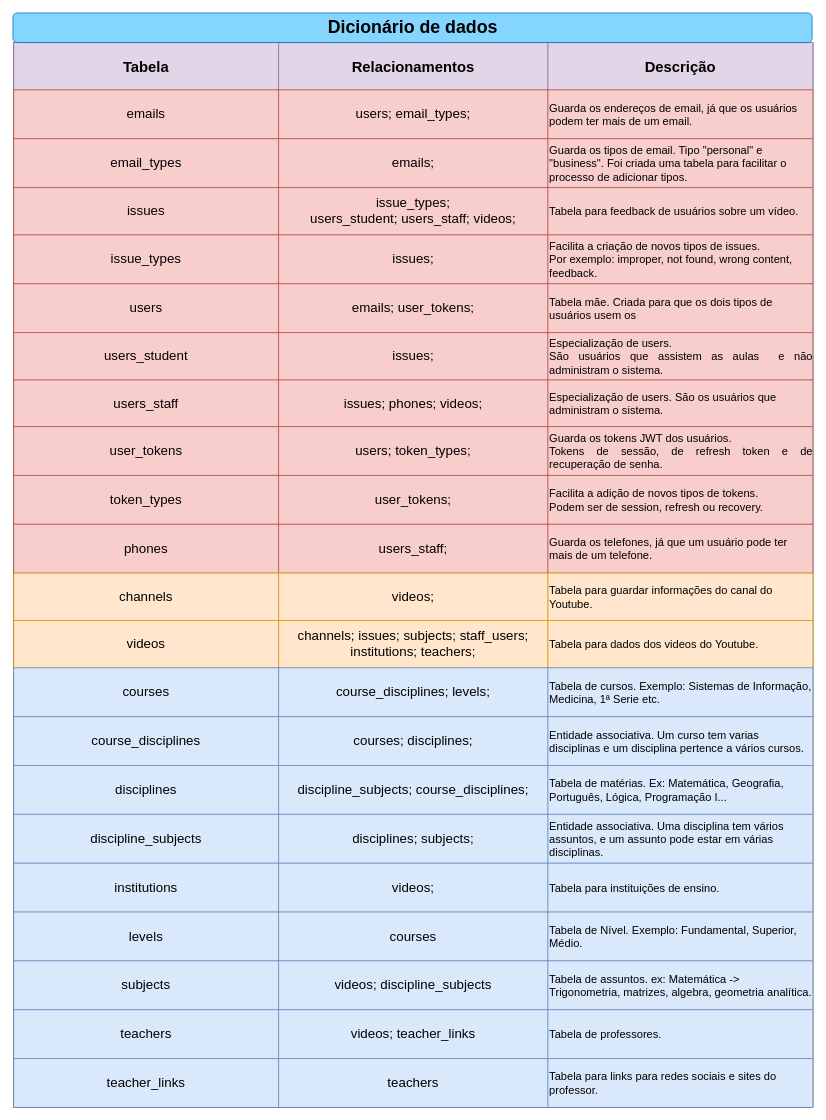
This is page "Dicionário de dados" (3 of 6) of db_model.drawio from SevenSeas-Tech/demen-backend, a draw.io file, before an edit. Source tidied: cells renumbered, new cells numbered last; positions are measured from the earlier drawing's top-left corner, leaving out a move shared by most shapes. Both pictures are drawn from the tidied source at 74%, with x=0, y=0 at pixel (13, 13).
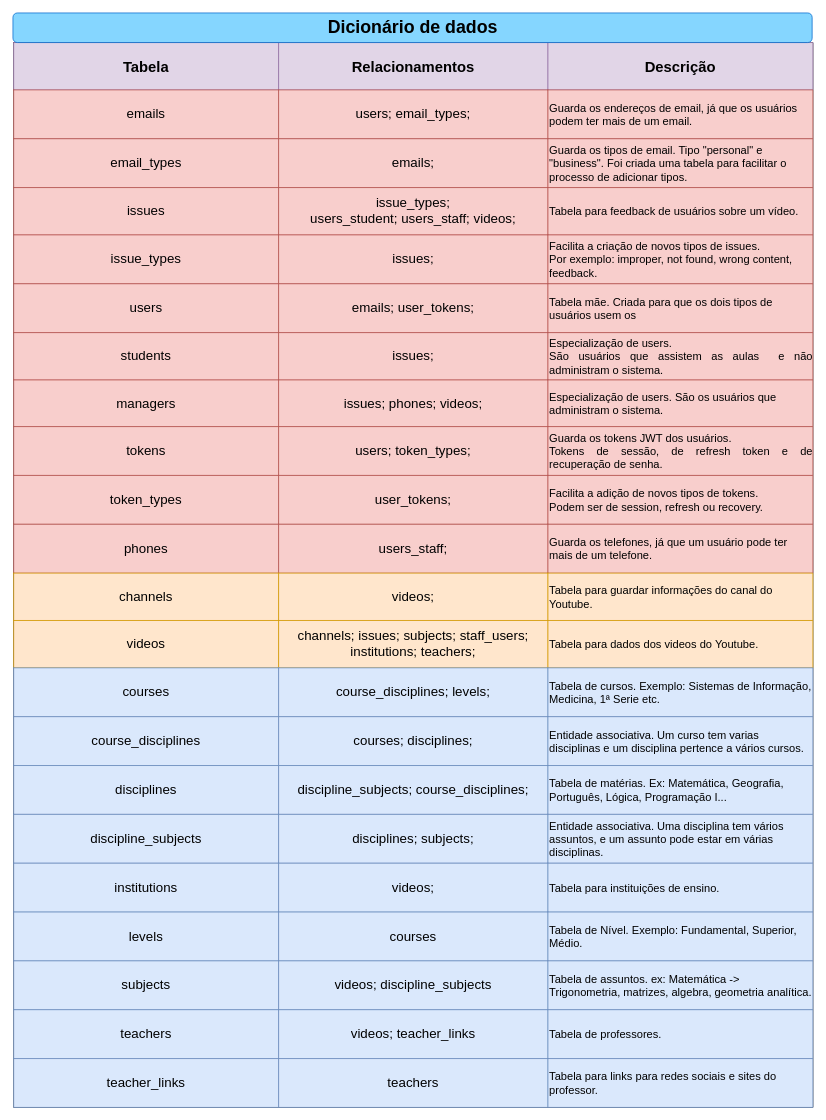
The same page after the edit.

Commit message (it also covers changes not shown here):
chore(drawio): alteração no nome da tabela tokens

The change refers to these unchanged cells:
```xml
<mxCell id="27" style="shape=tableRow;horizontal=0;startSize=0;swimlaneHead=0;swimlaneBody=0;top=0;left=0;bottom=0;right=0;fillColor=none;rounded=1;shadow=0;glass=0;sketch=0;" parent="2" vertex="1">
  <mxGeometry y="392" width="1080" height="64" as="geometry" />
</mxCell>
<mxCell id="31" style="shape=tableRow;horizontal=0;startSize=0;swimlaneHead=0;swimlaneBody=0;top=0;left=0;bottom=0;right=0;fillColor=none;rounded=1;shadow=0;glass=0;sketch=0;" parent="2" vertex="1">
  <mxGeometry y="456" width="1080" height="63" as="geometry" />
</mxCell>
<mxCell id="35" style="shape=tableRow;horizontal=0;startSize=0;swimlaneHead=0;swimlaneBody=0;top=0;left=0;bottom=0;right=0;fillColor=none;rounded=1;shadow=0;glass=0;sketch=0;" parent="2" vertex="1">
  <mxGeometry y="519" width="1080" height="66" as="geometry" />
</mxCell>
```

Diff of the diagram source:
```diff
@@
-    <mxCell id="28" value="users_student" style="shape=partialRectangle;html=1;whiteSpace=wrap;overflow=hidden;fillColor=#f8cecc;top=1;left=1;bottom=1;right=1;rounded=1;shadow=0;glass=0;sketch=0;strokeColor=#b85450;fontSize=18;" parent="27" vertex="1">
+    <mxCell id="28" value="students" style="shape=partialRectangle;html=1;whiteSpace=wrap;overflow=hidden;fillColor=#f8cecc;top=1;left=1;bottom=1;right=1;rounded=1;shadow=0;glass=0;sketch=0;strokeColor=#b85450;fontSize=18;" parent="27" vertex="1">
       <mxGeometry width="358" height="64" as="geometry" />
     </mxCell>
@@
-    <mxCell id="32" value="users_staff" style="shape=partialRectangle;html=1;whiteSpace=wrap;overflow=hidden;fillColor=#f8cecc;top=1;left=1;bottom=1;right=1;rounded=1;shadow=0;glass=0;sketch=0;strokeColor=#b85450;fontSize=18;" parent="31" vertex="1">
+    <mxCell id="32" value="managers" style="shape=partialRectangle;html=1;whiteSpace=wrap;overflow=hidden;fillColor=#f8cecc;top=1;left=1;bottom=1;right=1;rounded=1;shadow=0;glass=0;sketch=0;strokeColor=#b85450;fontSize=18;" parent="31" vertex="1">
       <mxGeometry width="358" height="63" as="geometry" />
     </mxCell>
@@
-    <mxCell id="36" value="user_tokens" style="shape=partialRectangle;html=1;whiteSpace=wrap;overflow=hidden;fillColor=#f8cecc;top=1;left=1;bottom=1;right=1;rounded=1;shadow=0;glass=0;sketch=0;strokeColor=#b85450;fontSize=18;" parent="35" vertex="1">
+    <mxCell id="36" value="tokens" style="shape=partialRectangle;html=1;whiteSpace=wrap;overflow=hidden;fillColor=#f8cecc;top=1;left=1;bottom=1;right=1;rounded=1;shadow=0;glass=0;sketch=0;strokeColor=#b85450;fontSize=18;" parent="35" vertex="1">
       <mxGeometry width="358" height="66" as="geometry" />
     </mxCell>
```
